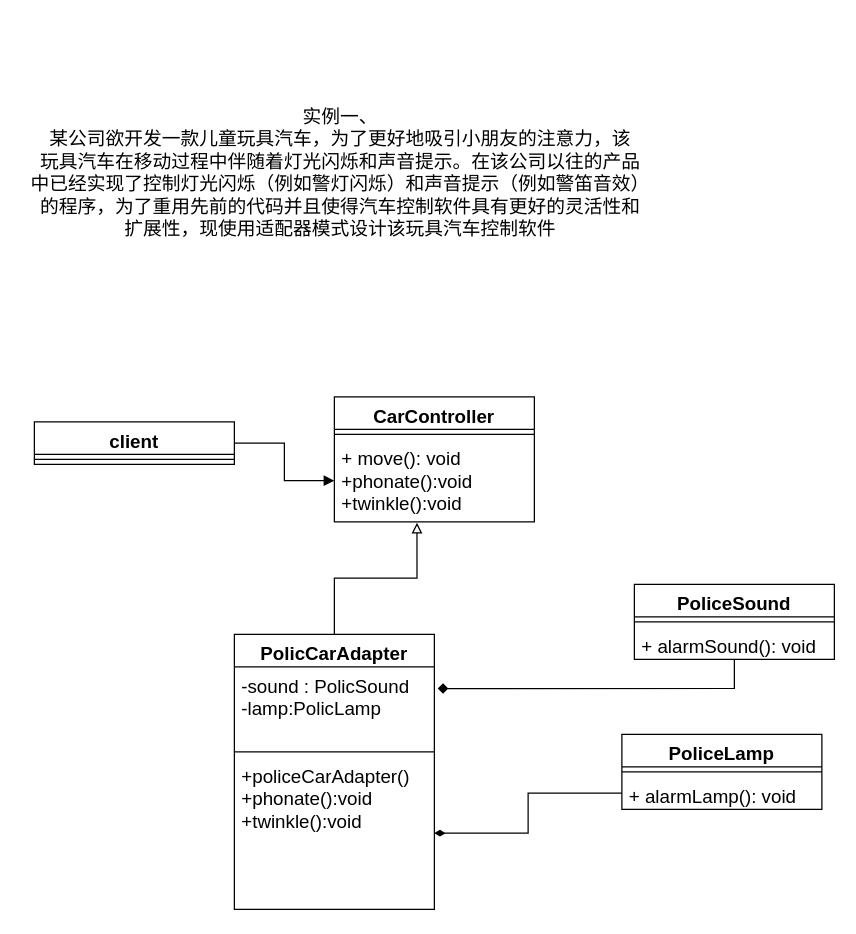
VilaNan/design-pattern keeps this draw.io diagram as 适配器.drawio. Above is the earlier version. Source tidied: cells renumbered, new cells numbered last; positions are measured from the earlier drawing's top-left corner, leaving out a move shared by most shapes. Both pictures are drawn from the tidied source at 125%, with x=0, y=0 at pixel (21, 21).
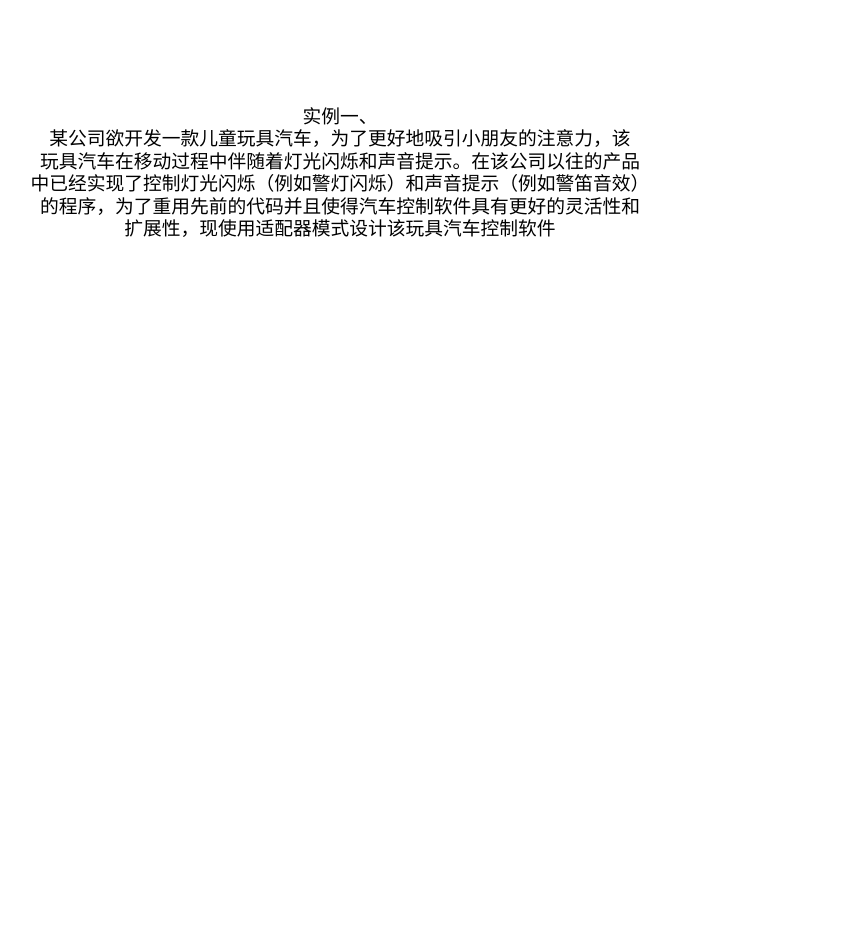
Above is the later version.

Commit message (it also covers changes not shown here):
更新适配器.drawio

Diff of the diagram source:
```diff
@@
-    <mxCell id="3" style="edgeStyle=orthogonalEdgeStyle;rounded=0;jettySize=auto;html=1;fontSize=15;endArrow=block;endFill=1;" parent="1" edge="1" source="4" target="8">
-      <mxGeometry relative="1" as="geometry" />
-    </mxCell>
-    <mxCell id="4" value="client" style="swimlane;fontStyle=1;align=center;verticalAlign=top;horizontal=1;startSize=26;fontSize=15;" parent="1" vertex="1">
-      <mxGeometry x="10" y="320" width="160" height="34" as="geometry" />
-    </mxCell>
-    <mxCell id="5" style="line;strokeWidth=1;fillColor=none;align=left;verticalAlign=middle;spacingTop=-1;spacingLeft=3;spacingRight=3;labelPosition=right;strokeColor=inherit;fontSize=15;" parent="4" vertex="1">
-      <mxGeometry y="26" width="160" height="8" as="geometry" />
-    </mxCell>
-    <mxCell id="6" value="CarController" style="swimlane;fontStyle=1;align=center;verticalAlign=top;horizontal=1;startSize=26;fontSize=15;" parent="1" vertex="1">
-      <mxGeometry x="250" y="300" width="160" height="100" as="geometry" />
-    </mxCell>
-    <mxCell id="7" style="line;strokeWidth=1;fillColor=none;align=left;verticalAlign=middle;spacingTop=-1;spacingLeft=3;spacingRight=3;labelPosition=right;strokeColor=inherit;fontSize=15;" parent="6" vertex="1">
-      <mxGeometry y="26" width="160" height="8" as="geometry" />
-    </mxCell>
-    <mxCell id="8" value="+ move(): void&#10;+phonate():void&#10;+twinkle():void" style="text;strokeColor=none;fillColor=none;align=left;verticalAlign=top;spacingLeft=4;spacingRight=4;overflow=hidden;points=[[0,0.5],[1,0.5]];portConstraint=eastwest;fontSize=15;" parent="6" vertex="1">
-      <mxGeometry y="34" width="160" height="66" as="geometry" />
-    </mxCell>
-    <mxCell id="9" style="edgeStyle=orthogonalEdgeStyle;rounded=0;jettySize=auto;html=1;entryX=0.413;entryY=1.01;entryDx=0;entryDy=0;entryPerimeter=0;fontSize=15;endArrow=block;endFill=0;" parent="1" edge="1" source="10" target="8">
-      <mxGeometry relative="1" as="geometry" />
-    </mxCell>
-    <mxCell id="10" value="PolicCarAdapter" style="swimlane;fontStyle=1;align=center;verticalAlign=top;horizontal=1;startSize=26;fontSize=15;" parent="1" vertex="1">
-      <mxGeometry x="170" y="490" width="160" height="220" as="geometry" />
-    </mxCell>
-    <mxCell id="11" value="-sound : PolicSound&#10;-lamp:PolicLamp" style="text;strokeColor=none;fillColor=none;align=left;verticalAlign=top;spacingLeft=4;spacingRight=4;overflow=hidden;points=[[0,0.5],[1,0.5]];portConstraint=eastwest;fontSize=15;" parent="10" vertex="1">
-      <mxGeometry y="26" width="160" height="64" as="geometry" />
-    </mxCell>
-    <mxCell id="12" style="line;strokeWidth=1;fillColor=none;align=left;verticalAlign=middle;spacingTop=-1;spacingLeft=3;spacingRight=3;labelPosition=right;strokeColor=inherit;fontSize=15;" parent="10" vertex="1">
-      <mxGeometry y="90" width="160" height="8" as="geometry" />
-    </mxCell>
-    <mxCell id="13" value="+policeCarAdapter()&#10;+phonate():void&#10;+twinkle():void" style="text;strokeColor=none;fillColor=none;align=left;verticalAlign=top;spacingLeft=4;spacingRight=4;overflow=hidden;points=[[0,0.5],[1,0.5]];portConstraint=eastwest;fontSize=15;" parent="10" vertex="1">
-      <mxGeometry y="98" width="160" height="122" as="geometry" />
-    </mxCell>
-    <mxCell id="14" style="edgeStyle=orthogonalEdgeStyle;rounded=0;jettySize=auto;html=1;entryX=1.017;entryY=0.271;entryDx=0;entryDy=0;entryPerimeter=0;fontSize=15;endArrow=diamond;endFill=1;" parent="1" edge="1" source="15" target="11">
-      <mxGeometry relative="1" as="geometry" />
-    </mxCell>
-    <mxCell id="15" value="PoliceSound" style="swimlane;fontStyle=1;align=center;verticalAlign=top;horizontal=1;startSize=26;fontSize=15;" parent="1" vertex="1">
-      <mxGeometry x="490" y="450" width="160" height="60" as="geometry" />
-    </mxCell>
-    <mxCell id="16" style="line;strokeWidth=1;fillColor=none;align=left;verticalAlign=middle;spacingTop=-1;spacingLeft=3;spacingRight=3;labelPosition=right;strokeColor=inherit;fontSize=15;" parent="15" vertex="1">
-      <mxGeometry y="26" width="160" height="8" as="geometry" />
-    </mxCell>
-    <mxCell id="17" value="+ alarmSound(): void" style="text;strokeColor=none;fillColor=none;align=left;verticalAlign=top;spacingLeft=4;spacingRight=4;overflow=hidden;fontSize=15;" parent="15" vertex="1">
-      <mxGeometry y="34" width="160" height="26" as="geometry" />
-    </mxCell>
-    <mxCell id="18" value="PoliceLamp" style="swimlane;fontStyle=1;align=center;verticalAlign=top;horizontal=1;startSize=26;fontSize=15;" parent="1" vertex="1">
-      <mxGeometry x="480" y="570" width="160" height="60" as="geometry" />
-    </mxCell>
-    <mxCell id="19" style="line;strokeWidth=1;fillColor=none;align=left;verticalAlign=middle;spacingTop=-1;spacingLeft=3;spacingRight=3;labelPosition=right;strokeColor=inherit;fontSize=15;" parent="18" vertex="1">
-      <mxGeometry y="26" width="160" height="8" as="geometry" />
-    </mxCell>
-    <mxCell id="20" value="+ alarmLamp(): void" style="text;strokeColor=none;fillColor=none;align=left;verticalAlign=top;spacingLeft=4;spacingRight=4;overflow=hidden;points=[[0,0.5],[1,0.5]];portConstraint=eastwest;fontSize=15;" parent="18" vertex="1">
-      <mxGeometry y="34" width="160" height="26" as="geometry" />
-    </mxCell>
-    <mxCell id="21" style="edgeStyle=orthogonalEdgeStyle;rounded=0;jettySize=auto;html=1;entryX=1;entryY=0.5;entryDx=0;entryDy=0;fontSize=15;endArrow=diamondThin;endFill=1;" parent="1" edge="1" source="20" target="13">
-      <mxGeometry relative="1" as="geometry" />
-    </mxCell>
```
